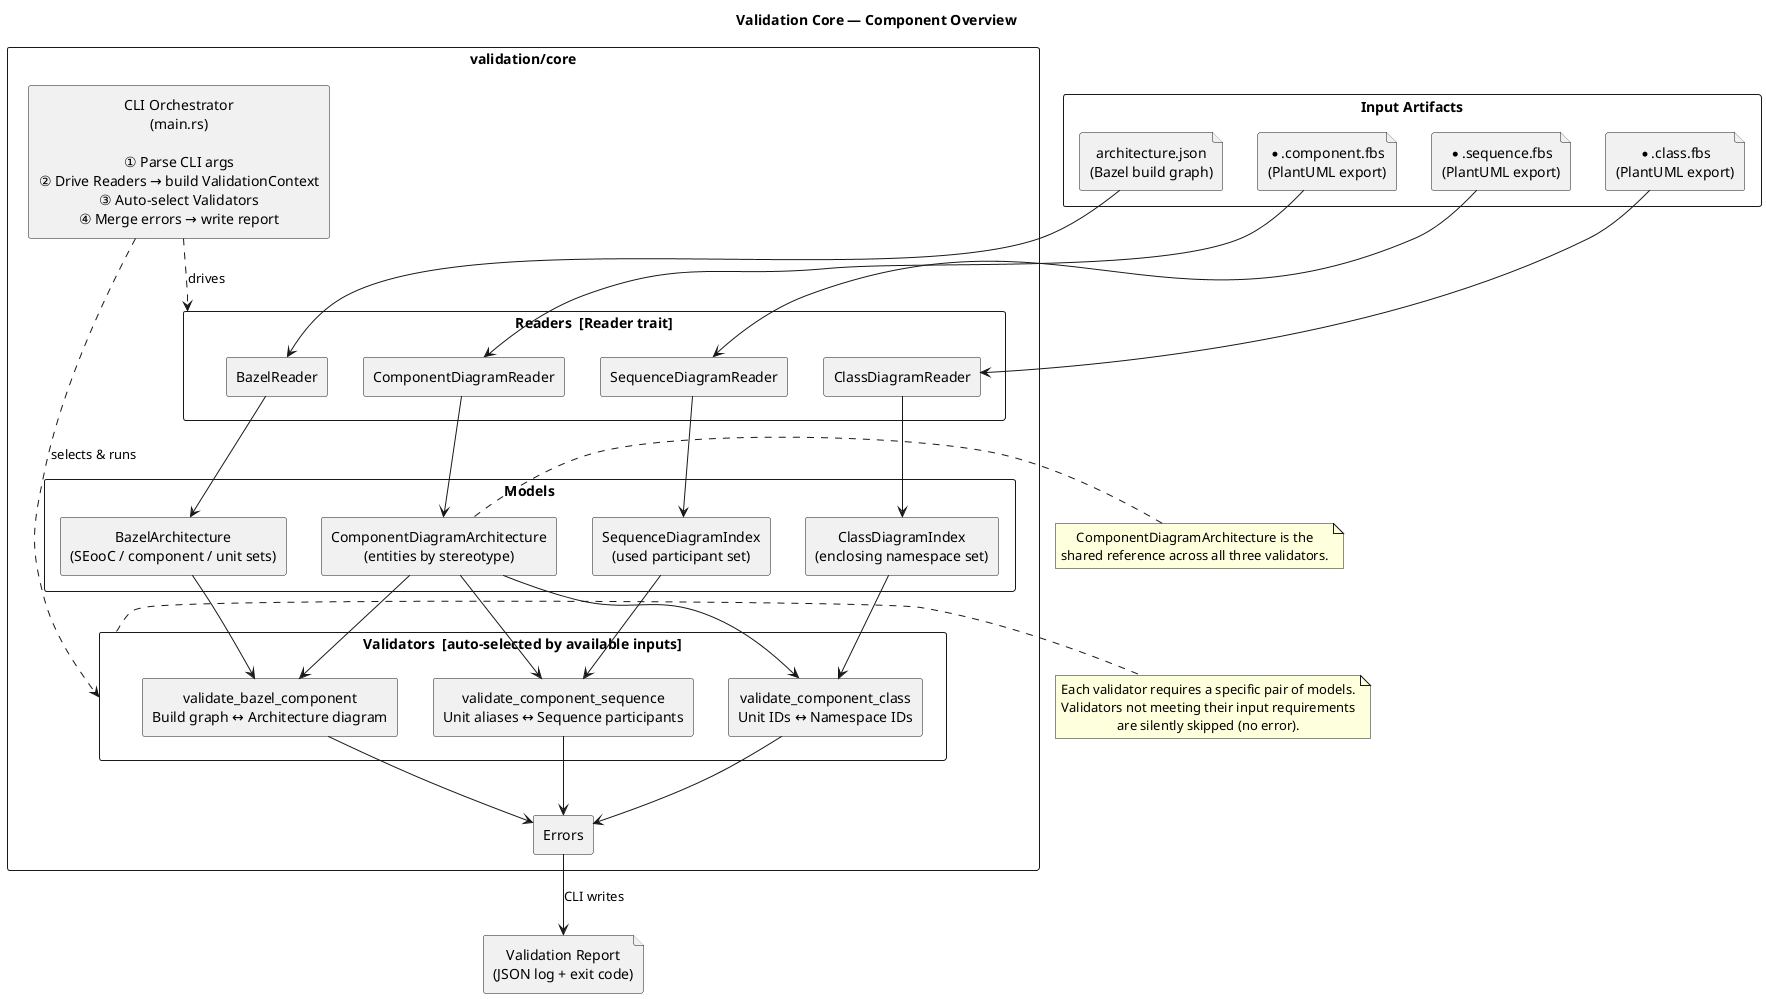
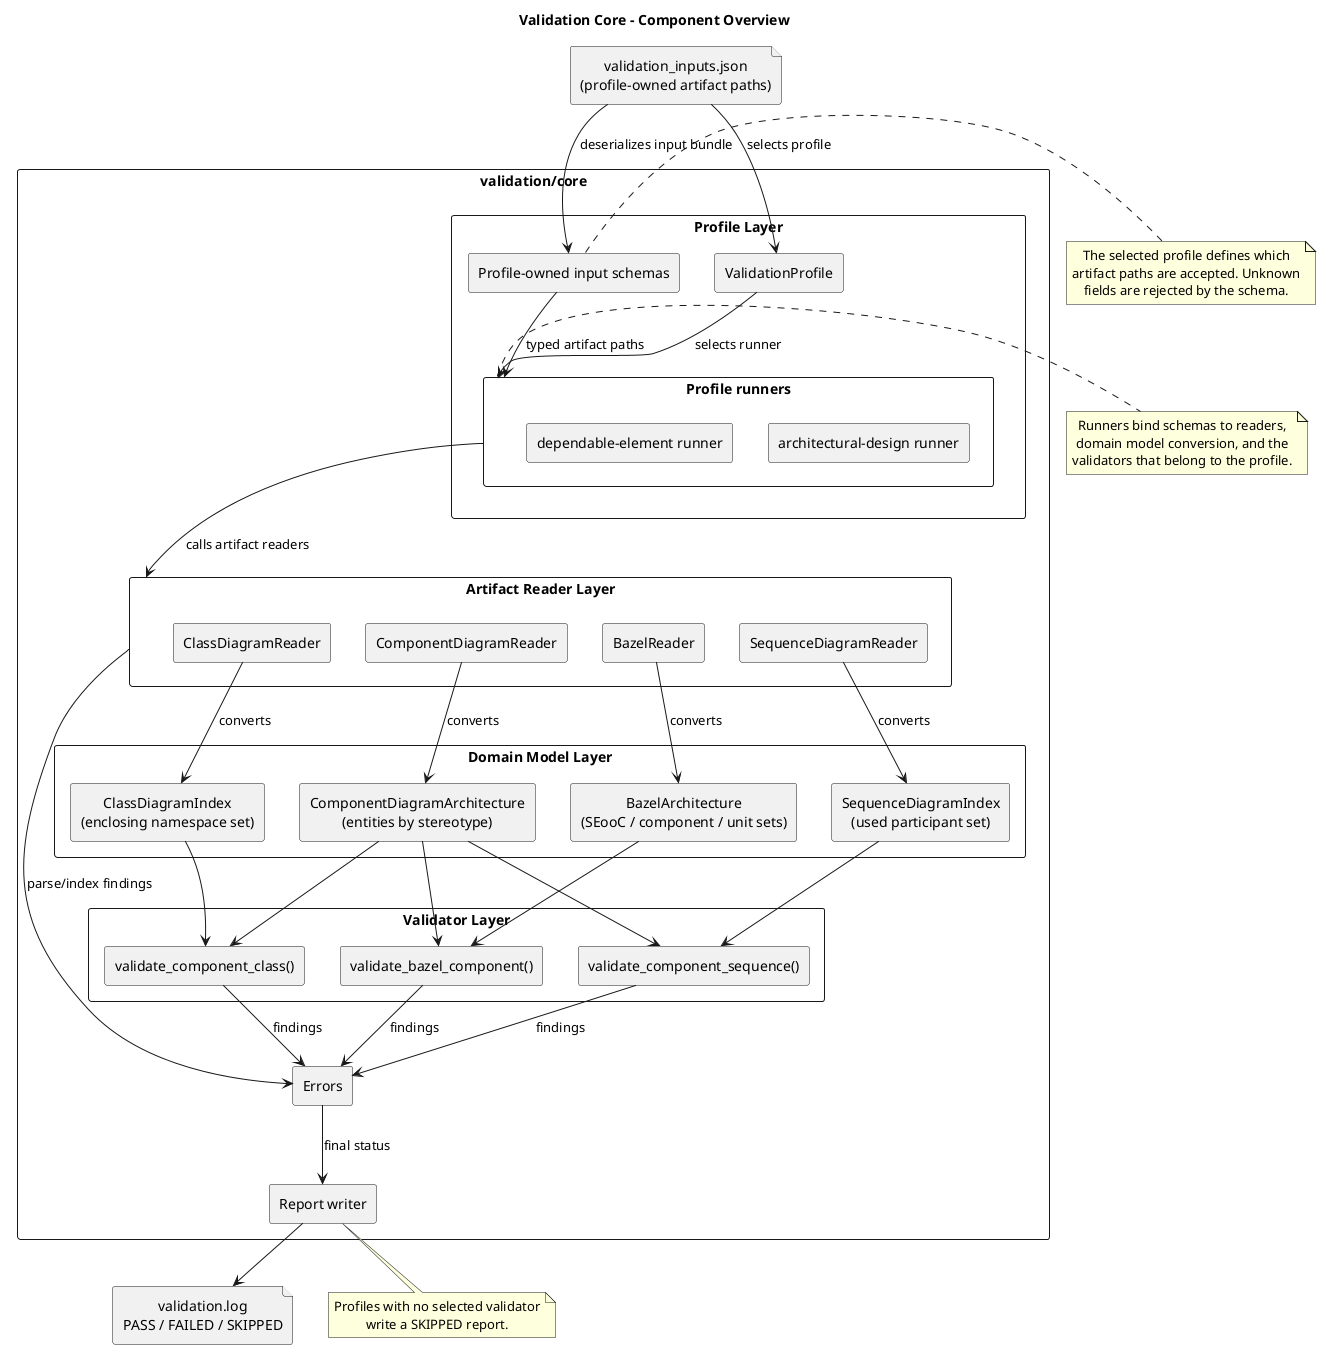
' *******************************************************************************
' Copyright (c) 2026 Contributors to the Eclipse Foundation
'
' See the NOTICE file(s) distributed with this work for additional
' information regarding copyright ownership.
'
' This program and the accompanying materials are made available under the
' terms of the Apache License Version 2.0 which is available at
' https://www.apache.org/licenses/LICENSE-2.0
'
' SPDX-License-Identifier: Apache-2.0
' *******************************************************************************

@startuml validation_core_overview
- title Validation Core — Component Overview
+ title Validation Core - Component Overview

skinparam packageStyle rectangle
skinparam shadowing false
skinparam defaultTextAlignment center
skinparam componentStyle rectangle

- ' ── External input artifacts ──────────────────────────────────────────────────
- 
- rectangle "Input Artifacts" as Inputs {
-   file "architecture.json\n(Bazel build graph)" as FBazel
-   file "*.component.fbs\n(PlantUML export)" as FComp
-   file "*.sequence.fbs\n(PlantUML export)" as FSeq
-   file "*.class.fbs\n(PlantUML export)" as FClass
- }
- 
- ' ── validation/core library ───────────────────────────────────────────────────
+ ' Input bundle: external contract for profile-owned artifact paths
+ file "validation_inputs.json\n(profile-owned artifact paths)" as InputBundle

package "validation/core" {
+   ' Profiles: select validation scope and own input schemas
+   package "Profile Layer" as ProfileLayer {
+     component "ValidationProfile" as Profile
+     component "Profile-owned input schemas" as Schemas
+     package "Profile runners" as Runners {
+       component "architectural-design runner" as ADRunner
+       component "dependable-element runner" as DERunner
+     }
+   }

  ' Readers: parse raw file formats into typed raw models
-   package "Readers  [Reader trait]" as ReadLayer {
+   package "Artifact Reader Layer" as ReaderLayer {
    component "BazelReader" as BR
    component "ComponentDiagramReader" as CDR
    component "SequenceDiagramReader" as SDR
    component "ClassDiagramReader" as ClDR
  }

  ' Models: indexed, query-ready in-memory representations
-   package "Models" as ModelLayer {
+   package "Domain Model Layer" as ModelLayer {
    component "BazelArchitecture\n(SEooC / component / unit sets)" as MBazel
    component "ComponentDiagramArchitecture\n(entities by stereotype)" as MComp
    component "SequenceDiagramIndex\n(used participant set)" as MSeq
    component "ClassDiagramIndex\n(enclosing namespace set)" as MClass
  }

-   ' Validators: stateless pure functions; auto-selected by available inputs
-   package "Validators  [auto-selected by available inputs]" as ValLayer {
-     component "validate_bazel_component\nBuild graph ↔ Architecture diagram" as VBC
-     component "validate_component_class\nUnit IDs ↔ Namespace IDs" as VCC
-     component "validate_component_sequence\nUnit aliases ↔ Sequence participants" as VCS
+   ' Validators: compare domain models and return accumulated findings
+   package "Validator Layer" as ValidatorLayer {
+     component "validate_bazel_component()" as VBC
+     component "validate_component_class()" as VCC
+     component "validate_component_sequence()" as VCS
  }

+   ' Reporting: collect findings and write validation reports
  component "Errors" as Err
- 
-   component "CLI Orchestrator\n(main.rs)\n\n① Parse CLI args\n② Drive Readers → build ValidationContext\n③ Auto-select Validators\n④ Merge errors → write report" as CLI
- 
+   component "Report writer" as ReportWriter
}

- ' ── Output ────────────────────────────────────────────────────────────────────
- file "Validation Report\n(JSON log + exit code)" as Report
+ file "validation.log\nPASS / FAILED / SKIPPED" as Report

- ' ── Connections ───────────────────────────────────────────────────────────────
+ ' Profile runners: orchestrate readers, model conversion, and validators
+ InputBundle --> Profile : selects profile
+ InputBundle --> Schemas : deserializes input bundle
+ Profile --> Runners : selects runner
+ Schemas --> Runners : typed artifact paths

- ' Inputs feed Readers
- FBazel --> BR
- FComp  --> CDR
- FSeq   --> SDR
- FClass --> ClDR
+ ' Model conversion: convert typed raw models into validation domain models
+ Runners --> ReaderLayer : calls artifact readers
+ BR --> MBazel : converts
+ CDR --> MComp : converts
+ SDR --> MSeq : converts
+ ClDR --> MClass : converts

- ' Readers produce Models (parse + index)
- BR  --> MBazel
- CDR --> MComp
- SDR --> MSeq
- ClDR --> MClass
- 
- ' Component diagram is the shared reference hub for all validators
+ ' Validator inputs: consume only the domain models required by each rule
MBazel --> VBC
MComp  --> VBC
MComp  --> VCC
MComp  --> VCS
MClass --> VCC
MSeq   --> VCS

- ' Validators accumulate into Errors
- VBC --> Err
- VCC --> Err
- VCS --> Err
+ ' Findings: merge reader and validator findings into one report
+ VBC --> Err : findings
+ VCS --> Err : findings
+ VCC --> Err : findings
+ ReaderLayer --> Err : parse/index findings
+ Err --> ReportWriter : final status
+ ReportWriter --> Report

- ' CLI orchestrates Readers and Validators
- CLI ..> ReadLayer : drives
- CLI ..> ValLayer  : selects & runs
- 
- ' Final output
- Err --> Report : CLI writes
- 
- note right of ValLayer
-   Each validator requires a specific pair of models.
-   Validators not meeting their input requirements
-   are silently skipped (no error).
+ note right of Schemas
+   The selected profile defines which
+   artifact paths are accepted. Unknown
+   fields are rejected by the schema.
end note

- note right of MComp
-   ComponentDiagramArchitecture is the
-   shared reference across all three validators.
+ note right of Runners
+   Runners bind schemas to readers,
+   domain model conversion, and the
+   validators that belong to the profile.
+ end note
+ 
+ note bottom of ReportWriter
+   Profiles with no selected validator
+   write a SKIPPED report.
end note

@enduml
